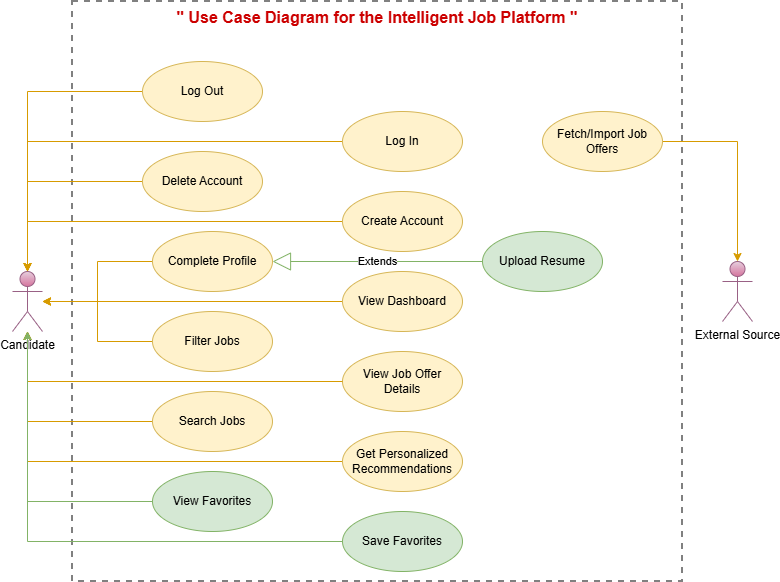
This is docs/Use Case Diagram.png from firdawss-Elhaddouchi/JobIntelligent-Data-Platform, a draw.io export, as it was before one commit. Source tidied: cells renumbered, new cells last; positions are measured from the earlier drawing's top-left corner, leaving out a move shared by most shapes. Source of this version:
```xml
<mxGraphModel>
  <root>
    <mxCell id="0" />
    <mxCell id="1" parent="0" />
    <mxCell id="2" value="&lt;b&gt;&lt;font style=&quot;font-size: 16px; color: rgb(204, 0, 0);&quot;&gt;&lt;font style=&quot;&quot;&gt;&quot;&amp;nbsp;&lt;/font&gt;Use Case Diagram for the Intelligent Job Platform &quot;&lt;/font&gt;&lt;/b&gt;" style="rounded=0;whiteSpace=wrap;html=1;verticalAlign=top;shadow=0;fillColor=none;strokeColor=#808080;dashed=1;strokeWidth=2;" parent="1" vertex="1">
      <mxGeometry x="60" width="610" height="580" as="geometry" />
    </mxCell>
    <mxCell id="3" value="External Source" style="shape=umlActor;verticalLabelPosition=bottom;verticalAlign=top;html=1;fillColor=#e6d0de;gradientColor=#d5739d;strokeColor=#996185;" parent="1" vertex="1">
      <mxGeometry x="710" y="260" width="30" height="60" as="geometry" />
    </mxCell>
    <mxCell id="4" style="edgeStyle=orthogonalEdgeStyle;rounded=0;jettySize=auto;html=1;fillColor=#ffe6cc;strokeColor=#d79b00;" parent="1" edge="1" source="5" target="21">
      <mxGeometry relative="1" as="geometry" />
    </mxCell>
    <mxCell id="5" value="Log Out" style="ellipse;whiteSpace=wrap;html=1;fillColor=#fff2cc;strokeColor=#d6b656;" parent="1" vertex="1">
      <mxGeometry x="130" y="60" width="120" height="60" as="geometry" />
    </mxCell>
    <mxCell id="6" style="edgeStyle=orthogonalEdgeStyle;rounded=0;jettySize=auto;html=1;fillColor=#ffe6cc;strokeColor=#d79b00;" parent="1" edge="1" source="7" target="21">
      <mxGeometry relative="1" as="geometry" />
    </mxCell>
    <mxCell id="7" value="Delete Account" style="ellipse;whiteSpace=wrap;html=1;fillColor=#fff2cc;strokeColor=#d6b656;" parent="1" vertex="1">
      <mxGeometry x="130" y="150" width="120" height="60" as="geometry" />
    </mxCell>
    <mxCell id="8" style="edgeStyle=orthogonalEdgeStyle;rounded=0;jettySize=auto;html=1;fillColor=#ffe6cc;strokeColor=#d79b00;" parent="1" edge="1" source="9" target="21">
      <mxGeometry relative="1" as="geometry" />
    </mxCell>
    <mxCell id="9" value="Create Account" style="ellipse;whiteSpace=wrap;html=1;fillColor=#fff2cc;strokeColor=#d6b656;" parent="1" vertex="1">
      <mxGeometry x="330" y="190" width="120" height="60" as="geometry" />
    </mxCell>
    <mxCell id="10" style="edgeStyle=orthogonalEdgeStyle;rounded=0;jettySize=auto;html=1;fillColor=#ffe6cc;strokeColor=#d79b00;" parent="1" edge="1" source="11" target="21">
      <mxGeometry relative="1" as="geometry" />
    </mxCell>
    <mxCell id="11" value="Log In" style="ellipse;whiteSpace=wrap;html=1;fillColor=#fff2cc;strokeColor=#d6b656;" parent="1" vertex="1">
      <mxGeometry x="330" y="110" width="120" height="60" as="geometry" />
    </mxCell>
    <mxCell id="12" style="edgeStyle=orthogonalEdgeStyle;rounded=0;jettySize=auto;html=1;fillColor=#ffe6cc;strokeColor=#d79b00;" parent="1" edge="1" source="13" target="21">
      <mxGeometry relative="1" as="geometry" />
    </mxCell>
    <mxCell id="13" value="Complete Profile" style="ellipse;whiteSpace=wrap;html=1;fillColor=#fff2cc;strokeColor=#d6b656;" parent="1" vertex="1">
      <mxGeometry x="140" y="230" width="120" height="60" as="geometry" />
    </mxCell>
    <mxCell id="14" value="Upload Resume" style="ellipse;whiteSpace=wrap;html=1;fillColor=#d5e8d4;strokeColor=#82b366;" parent="1" vertex="1">
      <mxGeometry x="470" y="230" width="120" height="60" as="geometry" />
    </mxCell>
    <mxCell id="15" value="View Job Offer Details" style="ellipse;whiteSpace=wrap;html=1;fillColor=#fff2cc;strokeColor=#d6b656;" parent="1" vertex="1">
      <mxGeometry x="330" y="350" width="120" height="60" as="geometry" />
    </mxCell>
    <mxCell id="16" style="edgeStyle=orthogonalEdgeStyle;rounded=0;jettySize=auto;html=1;fillColor=#ffe6cc;strokeColor=#d79b00;" parent="1" edge="1" source="17" target="21">
      <mxGeometry relative="1" as="geometry" />
    </mxCell>
    <mxCell id="17" value="Search Jobs" style="ellipse;whiteSpace=wrap;html=1;fillColor=#fff2cc;strokeColor=#d6b656;" parent="1" vertex="1">
      <mxGeometry x="140" y="390" width="120" height="60" as="geometry" />
    </mxCell>
    <mxCell id="18" style="edgeStyle=orthogonalEdgeStyle;rounded=0;jettySize=auto;html=1;fillColor=#ffe6cc;strokeColor=#d79b00;" parent="1" edge="1" source="19" target="21">
      <mxGeometry relative="1" as="geometry" />
    </mxCell>
    <mxCell id="19" value="Filter Jobs" style="ellipse;whiteSpace=wrap;html=1;fillColor=#fff2cc;strokeColor=#d6b656;" parent="1" vertex="1">
      <mxGeometry x="140" y="310" width="120" height="60" as="geometry" />
    </mxCell>
    <mxCell id="20" style="edgeStyle=orthogonalEdgeStyle;rounded=0;jettySize=auto;html=1;exitX=0;exitY=0.5;exitDx=0;exitDy=0;fillColor=#ffe6cc;strokeColor=#d79b00;" parent="1" edge="1" source="15" target="21">
      <mxGeometry relative="1" as="geometry" />
    </mxCell>
    <mxCell id="21" value="Candidate" style="shape=umlActor;verticalLabelPosition=bottom;verticalAlign=top;html=1;fillColor=#e6d0de;gradientColor=#d5739d;strokeColor=#996185;" parent="1" vertex="1">
      <mxGeometry y="270" width="30" height="60" as="geometry" />
    </mxCell>
    <mxCell id="22" style="edgeStyle=orthogonalEdgeStyle;rounded=0;jettySize=auto;html=1;fillColor=#ffe6cc;strokeColor=#d79b00;" parent="1" edge="1" source="23" target="21">
      <mxGeometry relative="1" as="geometry" />
    </mxCell>
    <mxCell id="23" value="View Dashboard" style="ellipse;whiteSpace=wrap;html=1;fillColor=#fff2cc;strokeColor=#d6b656;" parent="1" vertex="1">
      <mxGeometry x="330" y="270" width="120" height="60" as="geometry" />
    </mxCell>
    <mxCell id="24" style="edgeStyle=orthogonalEdgeStyle;rounded=0;jettySize=auto;html=1;fillColor=#d5e8d4;strokeColor=#82b366;" parent="1" edge="1" source="25" target="21">
      <mxGeometry relative="1" as="geometry" />
    </mxCell>
    <mxCell id="25" value="Save Favorites" style="ellipse;whiteSpace=wrap;html=1;fillColor=#d5e8d4;strokeColor=#82b366;" parent="1" vertex="1">
      <mxGeometry x="330" y="510" width="120" height="60" as="geometry" />
    </mxCell>
    <mxCell id="26" style="edgeStyle=orthogonalEdgeStyle;rounded=0;jettySize=auto;html=1;fillColor=#ffe6cc;strokeColor=#d79b00;" parent="1" edge="1" source="27" target="21">
      <mxGeometry relative="1" as="geometry" />
    </mxCell>
    <mxCell id="27" value="Get Personalized Recommendations" style="ellipse;whiteSpace=wrap;html=1;fillColor=#fff2cc;strokeColor=#d6b656;" parent="1" vertex="1">
      <mxGeometry x="330" y="430" width="120" height="60" as="geometry" />
    </mxCell>
    <mxCell id="28" style="edgeStyle=orthogonalEdgeStyle;rounded=0;jettySize=auto;html=1;fillColor=#d5e8d4;strokeColor=#82b366;" parent="1" edge="1" source="29" target="21">
      <mxGeometry relative="1" as="geometry" />
    </mxCell>
    <mxCell id="29" value="View Favorites" style="ellipse;whiteSpace=wrap;html=1;fillColor=#d5e8d4;strokeColor=#82b366;" parent="1" vertex="1">
      <mxGeometry x="140" y="470" width="120" height="60" as="geometry" />
    </mxCell>
    <mxCell id="30" style="edgeStyle=orthogonalEdgeStyle;rounded=0;jettySize=auto;html=1;fillColor=#ffe6cc;strokeColor=#d79b00;" parent="1" edge="1" source="31" target="3">
      <mxGeometry relative="1" as="geometry" />
    </mxCell>
    <mxCell id="31" value="Fetch/Import Job Offers" style="ellipse;whiteSpace=wrap;html=1;fillColor=#fff2cc;strokeColor=#d6b656;" parent="1" vertex="1">
      <mxGeometry x="530" y="110" width="120" height="60" as="geometry" />
    </mxCell>
    <mxCell id="32" value="Extends" style="endArrow=block;endSize=16;endFill=0;html=1;rounded=0;exitX=0;exitY=0.5;exitDx=0;exitDy=0;fillColor=#d5e8d4;strokeColor=#82b366;" parent="1" edge="1" source="14" target="13">
      <mxGeometry relative="1" as="geometry" />
    </mxCell>
  </root>
</mxGraphModel>
```
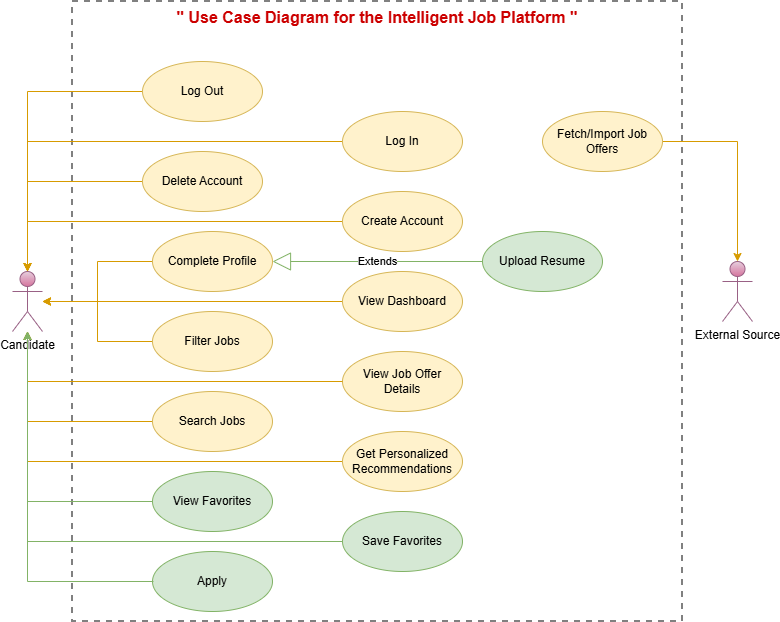
Above is the later version.

Commit message:
Update the user case diagram

The edit, as a diff of the source:
```diff
@@ -3,7 +3,7 @@
     <mxCell id="0" />
     <mxCell id="1" parent="0" />
     <mxCell id="2" value="&lt;b&gt;&lt;font style=&quot;font-size: 16px; color: rgb(204, 0, 0);&quot;&gt;&lt;font style=&quot;&quot;&gt;&quot;&amp;nbsp;&lt;/font&gt;Use Case Diagram for the Intelligent Job Platform &quot;&lt;/font&gt;&lt;/b&gt;" style="rounded=0;whiteSpace=wrap;html=1;verticalAlign=top;shadow=0;fillColor=none;strokeColor=#808080;dashed=1;strokeWidth=2;" parent="1" vertex="1">
-      <mxGeometry x="60" width="610" height="580" as="geometry" />
+      <mxGeometry x="60" width="610" height="620" as="geometry" />
     </mxCell>
     <mxCell id="3" value="External Source" style="shape=umlActor;verticalLabelPosition=bottom;verticalAlign=top;html=1;fillColor=#e6d0de;gradientColor=#d5739d;strokeColor=#996185;" parent="1" vertex="1">
       <mxGeometry x="710" y="260" width="30" height="60" as="geometry" />
@@ -95,5 +95,14 @@
     <mxCell id="32" value="Extends" style="endArrow=block;endSize=16;endFill=0;html=1;rounded=0;exitX=0;exitY=0.5;exitDx=0;exitDy=0;fillColor=#d5e8d4;strokeColor=#82b366;" parent="1" edge="1" source="14" target="13">
       <mxGeometry relative="1" as="geometry" />
     </mxCell>
+    <mxCell id="33" value="Apply" style="ellipse;whiteSpace=wrap;html=1;fillColor=#d5e8d4;strokeColor=#82b366;" parent="1" vertex="1">
+      <mxGeometry x="140" y="550" width="120" height="60" as="geometry" />
+    </mxCell>
+    <mxCell id="34" style="edgeStyle=orthogonalEdgeStyle;rounded=0;orthogonalLoop=1;jettySize=auto;html=1;fillColor=#d5e8d4;strokeColor=#82b366;" parent="1" edge="1">
+      <mxGeometry relative="1" as="geometry">
+        <mxPoint x="141" y="580" as="sourcePoint" />
+        <mxPoint x="15" y="330" as="targetPoint" />
+      </mxGeometry>
+    </mxCell>
   </root>
 </mxGraphModel>
```
